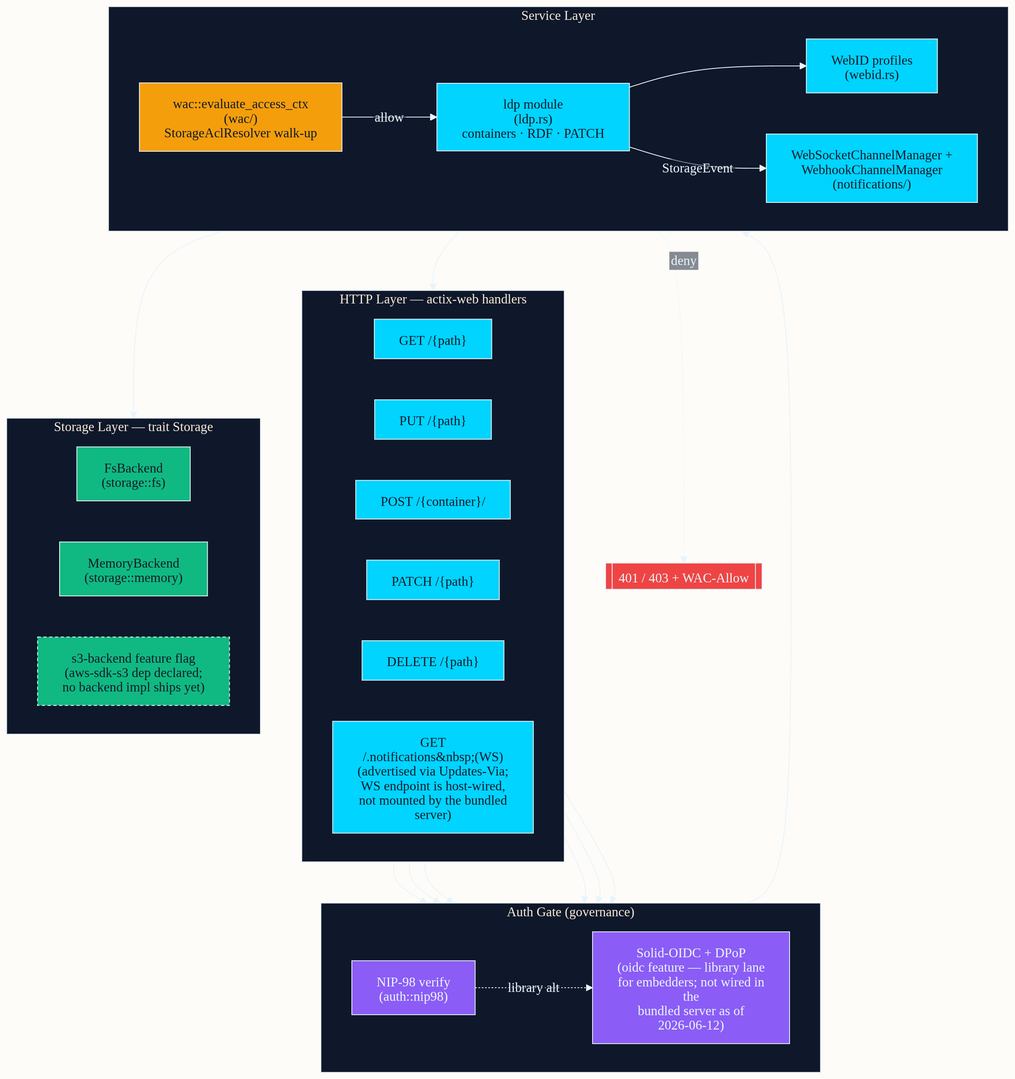
This is crates/solid-pod-rs/docs/diagrams/rendered/01-architecture-overview.png from DreamLab-AI/solid-pod-rs, a Mermaid export, as it was before one commit. Its source is kept beside it as crates/solid-pod-rs/docs/diagrams/src/01-architecture-overview.mmd. Its diagram source:
```mermaid
%%{init: {'theme':'base','themeVariables':{
  'primaryColor':'#0f172a','primaryTextColor':'#E8F4FC','primaryBorderColor':'#E8F4FC',
  'lineColor':'#E8F4FC','secondaryColor':'#0f172a','tertiaryColor':'#0f172a',
  'background':'transparent','mainBkg':'#0f172a','clusterBkg':'#0f172a','clusterBorder':'#E8F4FC',
  'edgeLabelBackground':'#0f172a','fontFamily':'ui-sans-serif, system-ui, sans-serif'
}}}%%
flowchart TB
  subgraph HTTP["HTTP Layer — actix-web handlers"]
    direction LR
    H_GET["GET /{path}"]:::svc
    H_PUT["PUT /{path}"]:::svc
    H_POST["POST /{container}/"]:::svc
    H_PATCH["PATCH /{path}"]:::svc
    H_DEL["DELETE /{path}"]:::svc
    H_WS["GET /.notifications&nbsp;(WS)<br/>(advertised via Updates-Via;<br/>WS endpoint is host-wired,<br/>not mounted by the bundled server)"]:::svc
  end

  subgraph AUTH["Auth Gate (governance)"]
    direction LR
    NIP98["NIP-98 verify<br/>(auth::nip98)"]:::gov
    OIDC["Solid-OIDC + DPoP<br/>(oidc feature — library lane<br/>for embedders; not wired in the<br/>bundled server as of 2026-06-12)"]:::gov
  end

  subgraph SVC["Service Layer"]
    direction LR
    LDP["ldp module<br/>(ldp.rs)<br/>containers · RDF · PATCH"]:::svc
    WAC["wac::evaluate_access_ctx<br/>(wac/)<br/>StorageAclResolver walk-up"]:::gate
    NOTIF["WebSocketChannelManager +<br/>WebhookChannelManager<br/>(notifications/)"]:::svc
    WEBID["WebID profiles<br/>(webid.rs)"]:::svc
  end

  subgraph STORE["Storage Layer — trait Storage"]
    direction LR
    FS["FsBackend<br/>(storage::fs)"]:::store
    MEM["MemoryBackend<br/>(storage::memory)"]:::store
    S3["s3-backend feature flag<br/>(aws-sdk-s3 dep declared;<br/>no backend impl ships yet)"]:::storeOpt
  end

  H_GET --> NIP98
  H_PUT --> NIP98
  H_POST --> NIP98
  H_PATCH --> NIP98
  H_DEL --> NIP98
  H_WS --> NIP98
  NIP98 -.library alt.-> OIDC

  AUTH --> WAC
  WAC -->|allow| LDP
  WAC -.deny.-> DENY[["401 / 403 + WAC-Allow"]]:::deny

  LDP --> WEBID
  LDP --> STORE
  LDP -->|StorageEvent| NOTIF
  NOTIF --> H_WS

  classDef gov fill:#8B5CF6,stroke:#E8F4FC,stroke-width:1px,color:#E8F4FC
  classDef gate fill:#F59E0B,stroke:#E8F4FC,stroke-width:1px,color:#0f172a
  classDef svc fill:#00D4FF,stroke:#E8F4FC,stroke-width:1px,color:#0f172a
  classDef store fill:#10B981,stroke:#E8F4FC,stroke-width:1px,color:#0f172a
  classDef storeOpt fill:#10B981,stroke:#E8F4FC,stroke-width:1px,color:#0f172a,stroke-dasharray: 4 3
  classDef deny fill:#EF4444,stroke:#E8F4FC,stroke-width:1px,color:#E8F4FC
```
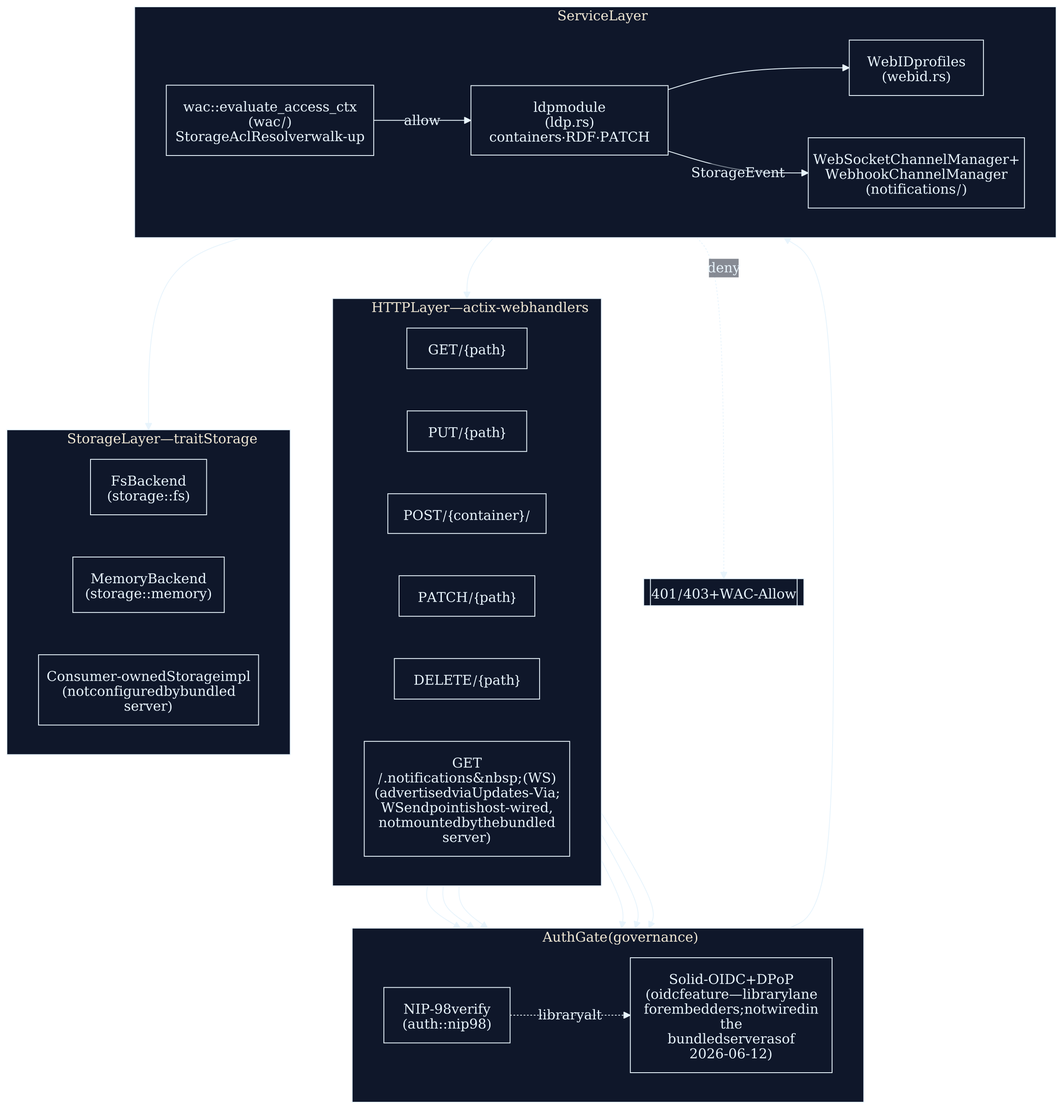
Above is the later version.

Change to the diagram source:
```diff
@@ -33,7 +33,7 @@
     direction LR
     FS["FsBackend<br/>(storage::fs)"]:::store
     MEM["MemoryBackend<br/>(storage::memory)"]:::store
-    S3["s3-backend feature flag<br/>(aws-sdk-s3 dep declared;<br/>no backend impl ships yet)"]:::storeOpt
+    Custom["Consumer-owned Storage impl<br/>(not configured by bundled server)"]:::storeOpt
   end
 
   H_GET --> NIP98
```
